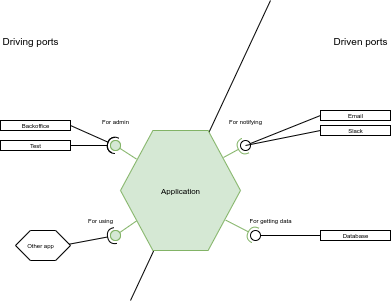
This is documentation/presentation/images/hexagonal.drawio.png from algalopez/kirjavik, a draw.io export, as it was before one commit. Source tidied: cells renumbered, new cells last; positions are measured from the earlier drawing's top-left corner, leaving out a move shared by most shapes.
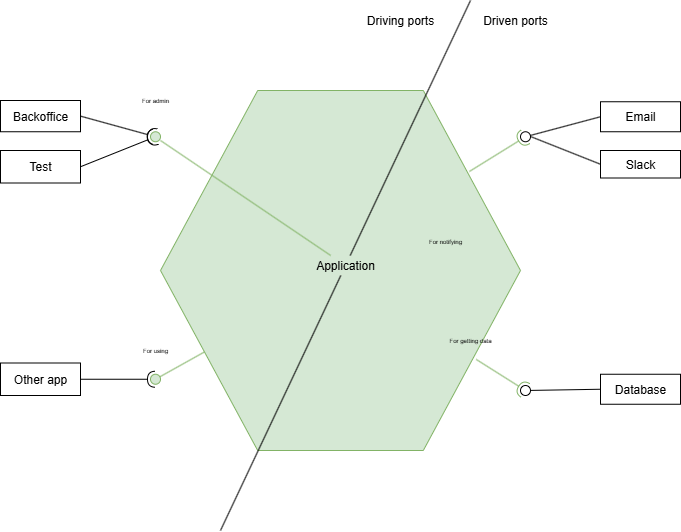
Above is the later version.

What changed in the source:
```diff
@@ -2,45 +2,33 @@
   <root>
     <mxCell id="0" />
     <mxCell id="1" parent="0" />
-    <mxCell id="2" style="endArrow=none;html=1;rounded=0;" parent="1" edge="1">
-      <mxGeometry relative="1" as="geometry">
-        <mxPoint x="130" y="300" as="sourcePoint" />
-        <mxPoint x="270" as="targetPoint" />
-      </mxGeometry>
-    </mxCell>
+    <mxCell id="34" style="endArrow=none;html=1;rounded=0;entryX=0.583;entryY=0.75;entryDx=0;entryDy=0;entryPerimeter=0;fillColor=#d5e8d4;strokeColor=#82b366;" parent="1" edge="1" source="11" target="13">
+      <mxGeometry relative="1" as="geometry" />
+    </mxCell>
     <mxCell id="3" style="verticalLabelPosition=bottom;verticalAlign=top;html=1;shape=hexagon;perimeter=hexagonPerimeter2;arcSize=6;size=0.27;labelBackgroundColor=light-dark(#99FF33,#EDEDED);fillColor=#d5e8d4;strokeColor=#82b366;rounded=0;" parent="1" vertex="1">
-      <mxGeometry x="120" y="130" width="120" height="120" as="geometry" />
+      <mxGeometry x="-40" y="-30" width="360" height="360" as="geometry" />
     </mxCell>
-    <mxCell id="4" value="Driving ports" style="text;html=1;align=center;verticalAlign=middle;whiteSpace=wrap;rounded=0;fontSize=10;" parent="1" vertex="1">
-      <mxGeometry y="30" width="60" height="20" as="geometry" />
+    <mxCell id="4" value="Driving ports" style="text;html=1;align=center;verticalAlign=middle;whiteSpace=wrap;rounded=0;fontSize=12;" parent="1" vertex="1">
+      <mxGeometry x="160" y="-110" width="80" height="20" as="geometry" />
     </mxCell>
-    <mxCell id="5" value="Driven ports" style="text;html=1;align=center;verticalAlign=middle;whiteSpace=wrap;rounded=0;fontSize=10;" parent="1" vertex="1">
-      <mxGeometry x="330" y="30" width="60" height="20" as="geometry" />
+    <mxCell id="5" value="Driven ports" style="text;html=1;align=center;verticalAlign=middle;whiteSpace=wrap;rounded=0;fontSize=12;" parent="1" vertex="1">
+      <mxGeometry x="270" y="-110" width="90" height="20" as="geometry" />
     </mxCell>
     <mxCell id="6" style="rounded=0;jettySize=auto;html=1;endArrow=halfCircle;endFill=0;endSize=6;strokeWidth=1;exitX=1;exitY=0.5;exitDx=0;exitDy=0;" parent="1" edge="1" source="12" target="8">
       <mxGeometry relative="1" as="geometry" />
     </mxCell>
-    <mxCell id="7" style="rounded=0;jettySize=auto;html=1;endArrow=oval;endFill=0;sourcePerimeterSpacing=0;targetPerimeterSpacing=0;endSize=10;exitX=0.133;exitY=0.238;exitDx=0;exitDy=0;exitPerimeter=0;fillColor=#d5e8d4;strokeColor=#82b366;" parent="1" edge="1" source="3" target="8">
-      <mxGeometry relative="1" as="geometry" />
-    </mxCell>
     <mxCell id="8" style="ellipse;whiteSpace=wrap;html=1;align=center;fillColor=#d5e8d4;strokeColor=#82b366;perimeter=centerPerimeter;points=[];outlineConnect=1;rounded=0;" parent="1" vertex="1">
-      <mxGeometry x="110" y="140" width="10" height="10" as="geometry" />
+      <mxGeometry x="-50" y="11.2" width="10" height="10" as="geometry" />
     </mxCell>
-    <mxCell id="9" style="rounded=0;jettySize=auto;html=1;endArrow=halfCircle;endFill=0;endSize=6;strokeWidth=1;exitX=0.945;exitY=0.467;exitDx=0;exitDy=0;exitPerimeter=0;" parent="1" edge="1" source="25" target="11">
+    <mxCell id="9" style="rounded=0;jettySize=auto;html=1;endArrow=halfCircle;endFill=0;endSize=6;strokeWidth=1;exitX=1;exitY=0.5;exitDx=0;exitDy=0;" parent="1" edge="1" source="26" target="11">
       <mxGeometry relative="1" as="geometry" />
     </mxCell>
-    <mxCell id="10" style="rounded=0;jettySize=auto;html=1;endArrow=oval;endFill=0;sourcePerimeterSpacing=0;targetPerimeterSpacing=0;endSize=10;exitX=0.133;exitY=0.754;exitDx=0;exitDy=0;exitPerimeter=0;fillColor=#d5e8d4;strokeColor=#82b366;" parent="1" edge="1" source="3" target="11">
-      <mxGeometry relative="1" as="geometry" />
-    </mxCell>
     <mxCell id="11" style="ellipse;whiteSpace=wrap;html=1;align=center;fillColor=#d5e8d4;strokeColor=#82b366;perimeter=centerPerimeter;points=[];outlineConnect=1;rounded=0;" parent="1" vertex="1">
-      <mxGeometry x="110" y="230" width="10" height="10" as="geometry" />
+      <mxGeometry x="-50" y="253.8" width="10" height="10" as="geometry" />
     </mxCell>
-    <mxCell id="12" value="Backoffice" style="html=1;whiteSpace=wrap;fontSize=6;rounded=0;" parent="1" vertex="1">
-      <mxGeometry y="120" width="70" height="10" as="geometry" />
+    <mxCell id="12" value="Backoffice" style="html=1;whiteSpace=wrap;fontSize=12;rounded=0;" parent="1" vertex="1">
+      <mxGeometry x="-200" y="-20" width="80" height="31.2" as="geometry" />
     </mxCell>
-    <mxCell id="13" value="Application" style="text;html=1;align=center;verticalAlign=middle;whiteSpace=wrap;rounded=0;fontSize=8;" parent="1" vertex="1">
-      <mxGeometry x="150" y="180" width="60" height="20" as="geometry" />
-    </mxCell>
     <mxCell id="14" style="rounded=0;jettySize=auto;html=1;endArrow=halfCircle;endFill=0;endSize=6;strokeWidth=1;exitX=0.858;exitY=0.225;exitDx=0;exitDy=0;exitPerimeter=0;fillColor=#d5e8d4;strokeColor=#82b366;" parent="1" edge="1" source="3" target="16">
       <mxGeometry relative="1" as="geometry" />
     </mxCell>
@@ -48,7 +36,7 @@
       <mxGeometry relative="1" as="geometry" />
     </mxCell>
     <mxCell id="16" style="ellipse;whiteSpace=wrap;html=1;align=center;fillColor=none;strokeColor=none;perimeter=centerPerimeter;points=[];outlineConnect=1;rounded=0;" parent="1" vertex="1">
-      <mxGeometry x="240" y="140" width="10" height="10" as="geometry" />
+      <mxGeometry x="320" y="11.2" width="10" height="10" as="geometry" />
     </mxCell>
     <mxCell id="17" style="rounded=0;jettySize=auto;html=1;endArrow=halfCircle;endFill=0;endSize=6;strokeWidth=1;exitX=0.877;exitY=0.747;exitDx=0;exitDy=0;exitPerimeter=0;fillColor=#d5e8d4;strokeColor=#82b366;" parent="1" edge="1" source="3" target="19">
       <mxGeometry relative="1" as="geometry" />
@@ -57,13 +45,10 @@
       <mxGeometry relative="1" as="geometry" />
     </mxCell>
     <mxCell id="19" style="ellipse;whiteSpace=wrap;html=1;align=center;fillColor=none;strokeColor=none;perimeter=centerPerimeter;points=[];outlineConnect=1;rounded=0;" parent="1" vertex="1">
-      <mxGeometry x="250" y="230" width="10" height="10" as="geometry" />
+      <mxGeometry x="320" y="265" width="10" height="10" as="geometry" />
     </mxCell>
-    <mxCell id="20" value="For admin&lt;div&gt;&lt;br&gt;&lt;/div&gt;" style="text;html=1;align=center;verticalAlign=middle;whiteSpace=wrap;rounded=0;fontSize=6;rotation=0;" parent="1" vertex="1">
-      <mxGeometry x="85" y="115" width="60" height="20" as="geometry" />
-    </mxCell>
     <mxCell id="21" value="For using" style="text;html=1;align=center;verticalAlign=middle;whiteSpace=wrap;rounded=0;fontSize=6;rotation=0;" parent="1" vertex="1">
-      <mxGeometry x="70" y="210" width="60" height="20" as="geometry" />
+      <mxGeometry x="-75" y="220" width="60" height="20" as="geometry" />
     </mxCell>
     <mxCell id="22" value="For notifying&lt;div&gt;&lt;br&gt;&lt;/div&gt;" style="text;html=1;align=center;verticalAlign=middle;whiteSpace=wrap;rounded=0;fontSize=6;rotation=0;" parent="1" vertex="1">
       <mxGeometry x="215" y="115" width="60" height="20" as="geometry" />
@@ -71,35 +56,55 @@
     <mxCell id="23" value="For getting data" style="text;html=1;align=center;verticalAlign=middle;whiteSpace=wrap;rounded=0;fontSize=6;rotation=0;" parent="1" vertex="1">
       <mxGeometry x="240" y="210" width="60" height="20" as="geometry" />
     </mxCell>
-    <mxCell id="24" value="Test" style="html=1;whiteSpace=wrap;fontSize=6;rounded=0;" parent="1" vertex="1">
-      <mxGeometry y="140" width="70" height="10" as="geometry" />
+    <mxCell id="24" value="Test" style="html=1;whiteSpace=wrap;fontSize=12;rounded=0;" parent="1" vertex="1">
+      <mxGeometry x="-200" y="30" width="80" height="32.5" as="geometry" />
     </mxCell>
-    <mxCell id="25" style="verticalLabelPosition=bottom;verticalAlign=middle;html=1;shape=hexagon;perimeter=hexagonPerimeter2;arcSize=6;size=0.27;rounded=0;" parent="1" vertex="1">
-      <mxGeometry x="15" y="230" width="55" height="30" as="geometry" />
-    </mxCell>
-    <mxCell id="26" value="&lt;div&gt;Other app&lt;/div&gt;" style="text;html=1;align=center;verticalAlign=middle;whiteSpace=wrap;rounded=0;fontSize=6;rotation=0;" parent="1" vertex="1">
-      <mxGeometry x="10" y="235" width="60" height="20" as="geometry" />
-    </mxCell>
-    <mxCell id="27" style="rounded=0;jettySize=auto;html=1;endArrow=halfCircle;endFill=0;endSize=6;strokeWidth=1;fontSize=12;curved=1;entryX=0.4;entryY=0.9;entryDx=0;entryDy=0;entryPerimeter=0;exitX=1;exitY=0.5;exitDx=0;exitDy=0;" parent="1" edge="1" source="24" target="8">
+    <mxCell id="27" style="rounded=0;jettySize=auto;html=1;endArrow=halfCircle;endFill=0;endSize=6;strokeWidth=1;fontSize=12;curved=1;exitX=1;exitY=0.5;exitDx=0;exitDy=0;entryX=0.414;entryY=0.632;entryDx=0;entryDy=0;entryPerimeter=0;" parent="1" edge="1" source="24" target="8">
       <mxGeometry relative="1" as="geometry" />
     </mxCell>
     <mxCell id="28" style="ellipse;whiteSpace=wrap;html=1;align=center;fillColor=none;strokeColor=none;perimeter=centerPerimeter;rounded=0;" parent="1" vertex="1">
-      <mxGeometry x="130" y="200" width="10" height="10" as="geometry" />
+      <mxGeometry x="-90" y="157.5" width="10" height="10" as="geometry" />
     </mxCell>
-    <mxCell id="29" value="Email" style="html=1;whiteSpace=wrap;fontSize=6;rounded=0;" parent="1" vertex="1">
-      <mxGeometry x="320" y="110" width="70" height="10" as="geometry" />
+    <mxCell id="29" value="Email" style="html=1;whiteSpace=wrap;fontSize=12;rounded=0;" parent="1" vertex="1">
+      <mxGeometry x="400" y="-18.8" width="80" height="30" as="geometry" />
     </mxCell>
-    <mxCell id="30" value="Slack" style="html=1;whiteSpace=wrap;fontSize=6;rounded=0;" parent="1" vertex="1">
-      <mxGeometry x="320" y="125" width="70" height="10" as="geometry" />
+    <mxCell id="30" value="Slack" style="html=1;whiteSpace=wrap;fontSize=12;rounded=0;" parent="1" vertex="1">
+      <mxGeometry x="400" y="30" width="80" height="27.5" as="geometry" />
     </mxCell>
-    <mxCell id="31" value="Database" style="html=1;whiteSpace=wrap;fontSize=6;rounded=0;" parent="1" vertex="1">
-      <mxGeometry x="320" y="230" width="70" height="10" as="geometry" />
+    <mxCell id="31" value="Database" style="html=1;whiteSpace=wrap;fontSize=12;rounded=0;" parent="1" vertex="1">
+      <mxGeometry x="400" y="253.8" width="80" height="30" as="geometry" />
     </mxCell>
     <mxCell id="32" style="ellipse;whiteSpace=wrap;html=1;align=center;fillColor=none;strokeColor=none;perimeter=centerPerimeter;rounded=0;" parent="1" vertex="1">
-      <mxGeometry x="130" y="200" width="10" height="10" as="geometry" />
+      <mxGeometry x="-90" y="157.5" width="10" height="10" as="geometry" />
     </mxCell>
-    <mxCell id="33" style="endArrow=none;html=1;rounded=0;exitX=1.05;exitY=0.25;exitDx=0;exitDy=0;exitPerimeter=0;entryX=0;entryY=0.5;entryDx=0;entryDy=0;" parent="1" edge="1" source="16" target="30">
-      <mxGeometry relative="1" as="geometry" />
+    <mxCell id="33" style="endArrow=none;html=1;rounded=0;entryX=0;entryY=0.5;entryDx=0;entryDy=0;" parent="1" edge="1" target="30">
+      <mxGeometry relative="1" as="geometry">
+        <mxPoint x="330" y="16" as="sourcePoint" />
+      </mxGeometry>
     </mxCell>
+    <mxCell id="2" style="endArrow=none;html=1;rounded=0;" parent="1" edge="1" source="13">
+      <mxGeometry relative="1" as="geometry">
+        <mxPoint x="270" y="-120" as="targetPoint" />
+      </mxGeometry>
+    </mxCell>
+    <mxCell id="35" style="endArrow=none;html=1;rounded=0;" parent="1" edge="1" target="13">
+      <mxGeometry relative="1" as="geometry">
+        <mxPoint x="20" y="410" as="sourcePoint" />
+      </mxGeometry>
+    </mxCell>
+    <mxCell id="13" value="Application" style="text;html=1;align=center;verticalAlign=middle;whiteSpace=wrap;rounded=0;fontSize=12;" parent="1" vertex="1">
+      <mxGeometry x="115" y="135" width="60" height="20" as="geometry" />
+    </mxCell>
+    <mxCell id="36" style="endArrow=none;html=1;rounded=0;fillColor=#d5e8d4;strokeColor=#82b366;" parent="1" edge="1" source="13">
+      <mxGeometry relative="1" as="geometry">
+        <mxPoint x="-40" y="20" as="targetPoint" />
+      </mxGeometry>
+    </mxCell>
+    <mxCell id="26" value="Other app" style="html=1;whiteSpace=wrap;fontSize=12;rounded=0;" parent="1" vertex="1">
+      <mxGeometry x="-200" y="242.5" width="80" height="32.5" as="geometry" />
+    </mxCell>
+    <mxCell id="20" value="For admin" style="text;html=1;align=center;verticalAlign=middle;whiteSpace=wrap;rounded=0;fontSize=6;rotation=0;" parent="1" vertex="1">
+      <mxGeometry x="-75" y="-30" width="60" height="20" as="geometry" />
+    </mxCell>
   </root>
 </mxGraphModel>
```
